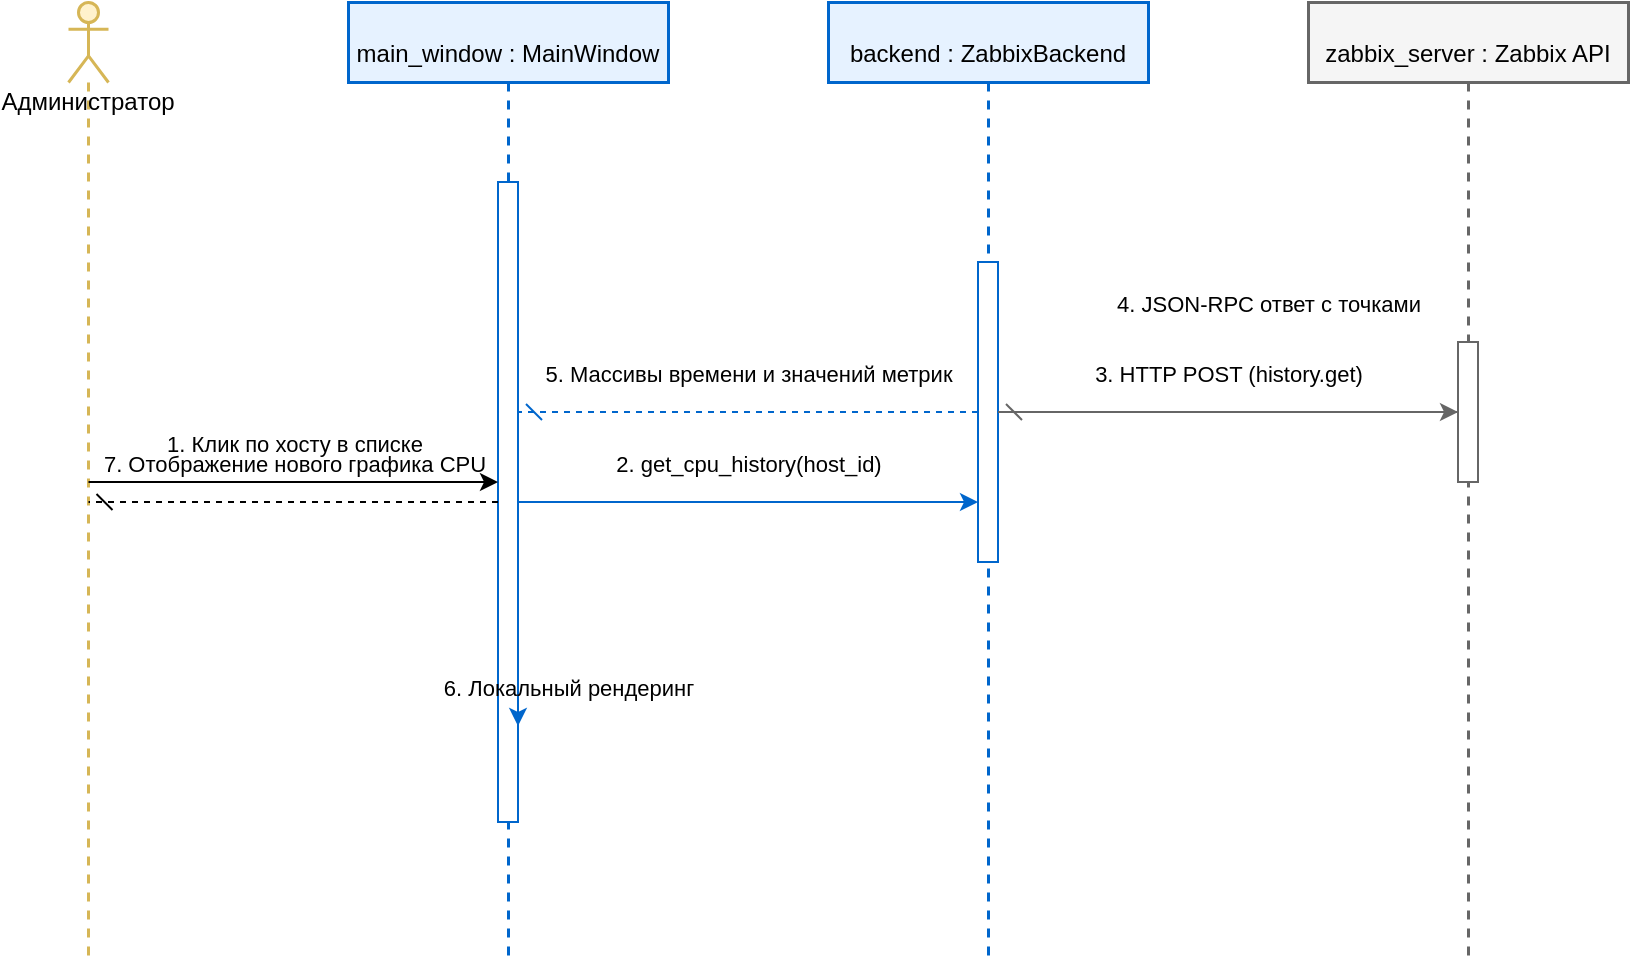
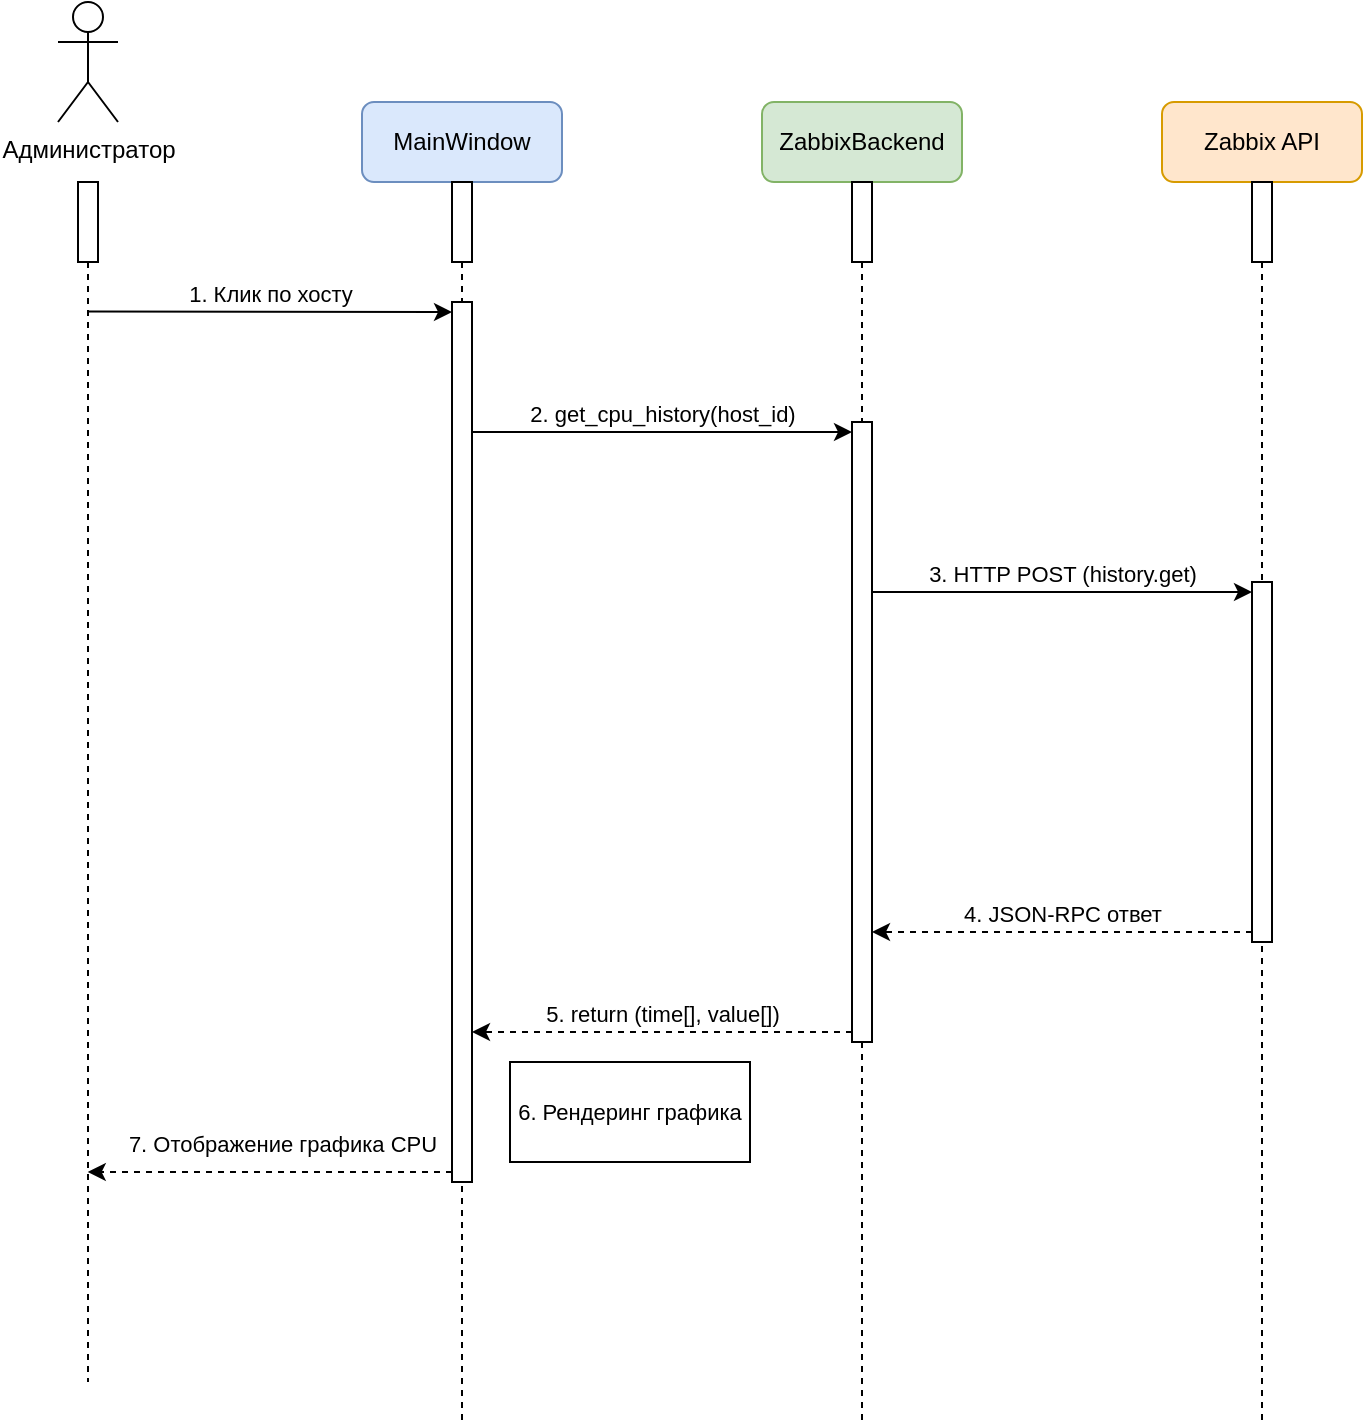
<mxfile host="app.diagrams.net">
-   <diagram id="excalRGQqLyokMRfeQJw" name="Диаграмма последовательности">
+   <diagram name="Диаграмма последовательности" id="b-zTIuz5MdBNS4GDxf-y">
    <mxGraphModel dx="2343" dy="1313" grid="1" gridSize="10" guides="1" tooltips="1" connect="1" arrows="1" fold="1" page="1" pageScale="1" pageWidth="827" pageHeight="1169" math="0" shadow="0">
      <root>
        <mxCell id="0" />
        <mxCell id="1" parent="0" />
-         <mxCell id="nHjHnhpBp_CfvuBjVPRU-119" parent="1" style="shape=umlLifeline;participant=umlActor;perimeter=lifelinePerimeter;whiteSpace=wrap;html=1;container=1;collapsible=0;recursiveResize=0;verticalAlign=top;spacingTop=36;outlineConnect=0;strokeWidth=1.5;fillColor=#FFF2CC;strokeColor=#D6B656;" value="Администратор" vertex="1">
-           <mxGeometry height="480" width="20" x="210" y="490" as="geometry" />
+         <mxCell id="cCdC8VL32gHtl3451Yp8-2" parent="1" style="shape=umlActor;verticalLabelPosition=bottom;verticalAlign=top;html=1;outlineConnect=0;fontSize=12;" value="Администратор" vertex="1">
+           <mxGeometry height="60" width="30" x="68" y="20" as="geometry" />
        </mxCell>
-         <mxCell id="nHjHnhpBp_CfvuBjVPRU-120" parent="1" style="shape=umlLifeline;perimeter=lifelinePerimeter;whiteSpace=wrap;html=1;container=1;collapsible=0;recursiveResize=0;verticalAlign=top;spacingTop=12;outlineConnect=0;strokeWidth=1.5;fillColor=#E6F2FF;strokeColor=#0066CC;" value="main_window : MainWindow" vertex="1">
-           <mxGeometry height="480" width="160" x="350" y="490" as="geometry" />
+         <mxCell id="cCdC8VL32gHtl3451Yp8-3" parent="1" style="shape=umlLifeline;perimeter=lifelinePerimeter;whiteSpace=wrap;html=1;fontSize=12;dashed=0;strokeWidth=1;" value="" vertex="1">
+           <mxGeometry height="600" width="10" x="78" y="110" as="geometry" />
        </mxCell>
-         <mxCell id="nHjHnhpBp_CfvuBjVPRU-121" parent="nHjHnhpBp_CfvuBjVPRU-120" style="html=1;points=[];perimeter=orthogonalPerimeter;fillColor=#FFFFFF;strokeColor=#0066CC;" value="" vertex="1">
-           <mxGeometry height="320" width="10" x="75" y="90" as="geometry" />
+         <mxCell id="cCdC8VL32gHtl3451Yp8-4" parent="1" style="rounded=1;whiteSpace=wrap;html=1;fontSize=12;fillColor=#dae8fc;strokeColor=#6c8ebf;" value="MainWindow" vertex="1">
+           <mxGeometry height="40" width="100" x="220" y="70" as="geometry" />
        </mxCell>
-         <mxCell id="nHjHnhpBp_CfvuBjVPRU-122" parent="1" style="shape=umlLifeline;perimeter=lifelinePerimeter;whiteSpace=wrap;html=1;container=1;collapsible=0;recursiveResize=0;verticalAlign=top;spacingTop=12;outlineConnect=0;strokeWidth=1.5;fillColor=#E6F2FF;strokeColor=#0066CC;" value="backend : ZabbixBackend" vertex="1">
-           <mxGeometry height="480" width="160" x="590" y="490" as="geometry" />
+         <mxCell id="cCdC8VL32gHtl3451Yp8-5" parent="1" style="shape=umlLifeline;perimeter=lifelinePerimeter;whiteSpace=wrap;html=1;fontSize=12;dashed=0;strokeWidth=1;" value="" vertex="1">
+           <mxGeometry height="620" width="10" x="265" y="110" as="geometry" />
        </mxCell>
-         <mxCell id="nHjHnhpBp_CfvuBjVPRU-123" parent="nHjHnhpBp_CfvuBjVPRU-122" style="html=1;points=[];perimeter=orthogonalPerimeter;fillColor=#FFFFFF;strokeColor=#0066CC;" value="" vertex="1">
-           <mxGeometry height="150" width="10" x="75" y="130" as="geometry" />
+         <mxCell id="cCdC8VL32gHtl3451Yp8-44" parent="cCdC8VL32gHtl3451Yp8-5" style="html=1;points=[[0,0,0,0,5],[0,1,0,0,-5],[1,0,0,0,5],[1,1,0,0,-5]];perimeter=orthogonalPerimeter;outlineConnect=0;targetShapes=umlLifeline;portConstraint=eastwest;newEdgeStyle={&quot;curved&quot;:0,&quot;rounded&quot;:0};" value="" vertex="1">
+           <mxGeometry height="440" width="10" y="60" as="geometry" />
        </mxCell>
-         <mxCell id="nHjHnhpBp_CfvuBjVPRU-124" parent="1" style="shape=umlLifeline;perimeter=lifelinePerimeter;whiteSpace=wrap;html=1;container=1;collapsible=0;recursiveResize=0;verticalAlign=top;spacingTop=12;outlineConnect=0;strokeWidth=1.5;fillColor=#F5F5F5;strokeColor=#666666;" value="zabbix_server : Zabbix API" vertex="1">
-           <mxGeometry height="480" width="160" x="830" y="490" as="geometry" />
+         <mxCell id="cCdC8VL32gHtl3451Yp8-6" parent="1" style="rounded=1;whiteSpace=wrap;html=1;fontSize=12;fillColor=#d5e8d4;strokeColor=#82b366;" value="ZabbixBackend" vertex="1">
+           <mxGeometry height="40" width="100" x="420" y="70" as="geometry" />
        </mxCell>
-         <mxCell id="nHjHnhpBp_CfvuBjVPRU-125" parent="nHjHnhpBp_CfvuBjVPRU-124" style="html=1;points=[];perimeter=orthogonalPerimeter;fillColor=#FFFFFF;strokeColor=#666666;" value="" vertex="1">
-           <mxGeometry height="70" width="10" x="75" y="170" as="geometry" />
+         <mxCell id="cCdC8VL32gHtl3451Yp8-7" parent="1" style="shape=umlLifeline;perimeter=lifelinePerimeter;whiteSpace=wrap;html=1;fontSize=12;dashed=0;strokeWidth=1;" value="" vertex="1">
+           <mxGeometry height="620" width="10" x="465" y="110" as="geometry" />
        </mxCell>
-         <mxCell id="nHjHnhpBp_CfvuBjVPRU-126" edge="1" parent="1" source="nHjHnhpBp_CfvuBjVPRU-119" style="endArrow=classic;html=1;verticalAlign=bottom;labelBackgroundColor=none;" target="nHjHnhpBp_CfvuBjVPRU-121" value="1. Клик по хосту в списке">
-           <mxGeometry relative="1" y="10" as="geometry">
-             <mxPoint as="offset" />
-             <mxPoint x="230" y="580" as="sourcePoint" />
-             <mxPoint x="420" y="580" as="targetPoint" />
+         <mxCell id="cCdC8VL32gHtl3451Yp8-45" parent="cCdC8VL32gHtl3451Yp8-7" style="html=1;points=[[0,0,0,0,5],[0,1,0,0,-5],[1,0,0,0,5],[1,1,0,0,-5]];perimeter=orthogonalPerimeter;outlineConnect=0;targetShapes=umlLifeline;portConstraint=eastwest;newEdgeStyle={&quot;curved&quot;:0,&quot;rounded&quot;:0};" value="" vertex="1">
+           <mxGeometry height="310" width="10" y="120" as="geometry" />
+         </mxCell>
+         <mxCell id="cCdC8VL32gHtl3451Yp8-8" parent="1" style="rounded=1;whiteSpace=wrap;html=1;fontSize=12;fillColor=#ffe6cc;strokeColor=#d79b00;" value="Zabbix API" vertex="1">
+           <mxGeometry height="40" width="100" x="620" y="70" as="geometry" />
+         </mxCell>
+         <mxCell id="cCdC8VL32gHtl3451Yp8-9" parent="1" style="shape=umlLifeline;perimeter=lifelinePerimeter;whiteSpace=wrap;html=1;fontSize=12;dashed=0;strokeWidth=1;" value="" vertex="1">
+           <mxGeometry height="620" width="10" x="665" y="110" as="geometry" />
+         </mxCell>
+         <mxCell id="cCdC8VL32gHtl3451Yp8-46" parent="cCdC8VL32gHtl3451Yp8-9" style="html=1;points=[[0,0,0,0,5],[0,1,0,0,-5],[1,0,0,0,5],[1,1,0,0,-5]];perimeter=orthogonalPerimeter;outlineConnect=0;targetShapes=umlLifeline;portConstraint=eastwest;newEdgeStyle={&quot;curved&quot;:0,&quot;rounded&quot;:0};" value="" vertex="1">
+           <mxGeometry height="180" width="10" y="200" as="geometry" />
+         </mxCell>
+         <mxCell id="cCdC8VL32gHtl3451Yp8-10" edge="1" parent="1" source="cCdC8VL32gHtl3451Yp8-3" style="html=1;verticalAlign=bottom;endArrow=classic;fontSize=11;exitX=0.54;exitY=0.108;exitDx=0;exitDy=0;exitPerimeter=0;entryX=0;entryY=0;entryDx=0;entryDy=5;entryPerimeter=0;" target="cCdC8VL32gHtl3451Yp8-44" value="1. Клик по хосту">
+           <mxGeometry height="30" relative="1" width="80" as="geometry">
+             <mxPoint x="93" y="180" as="sourcePoint" />
+             <mxPoint x="260" y="180" as="targetPoint" />
          </mxGeometry>
        </mxCell>
-         <mxCell id="nHjHnhpBp_CfvuBjVPRU-127" edge="1" parent="1" source="nHjHnhpBp_CfvuBjVPRU-121" style="endArrow=classic;html=1;verticalAlign=bottom;labelBackgroundColor=none;strokeColor=#0066CC;" target="nHjHnhpBp_CfvuBjVPRU-123" value="2. get_cpu_history(host_id)">
-           <mxGeometry relative="1" y="10" as="geometry">
-             <mxPoint as="offset" />
-             <mxPoint x="440" y="620" as="sourcePoint" />
-             <mxPoint x="650" y="620" as="targetPoint" />
+         <mxCell id="cCdC8VL32gHtl3451Yp8-11" edge="1" parent="1" source="cCdC8VL32gHtl3451Yp8-44" style="html=1;verticalAlign=bottom;endArrow=classic;fontSize=11;entryX=0;entryY=0;entryDx=0;entryDy=5;entryPerimeter=0;" target="cCdC8VL32gHtl3451Yp8-45" value="2. get_cpu_history(host_id)">
+           <mxGeometry height="30" relative="1" width="120" as="geometry">
+             <mxPoint x="280" y="250" as="sourcePoint" />
+             <mxPoint x="460" y="250" as="targetPoint" />
          </mxGeometry>
        </mxCell>
-         <mxCell id="nHjHnhpBp_CfvuBjVPRU-128" edge="1" parent="1" source="nHjHnhpBp_CfvuBjVPRU-123" style="endArrow=classic;html=1;verticalAlign=bottom;labelBackgroundColor=none;strokeColor=#666666;" target="nHjHnhpBp_CfvuBjVPRU-125" value="3. HTTP POST (history.get)">
-           <mxGeometry relative="1" y="10" as="geometry">
-             <mxPoint as="offset" />
-             <mxPoint x="680" y="660" as="sourcePoint" />
-             <mxPoint x="890" y="660" as="targetPoint" />
+         <mxCell id="cCdC8VL32gHtl3451Yp8-12" edge="1" parent="1" source="cCdC8VL32gHtl3451Yp8-45" style="html=1;verticalAlign=bottom;endArrow=classic;fontSize=11;entryX=0;entryY=0;entryDx=0;entryDy=5;entryPerimeter=0;" target="cCdC8VL32gHtl3451Yp8-46" value="3. HTTP POST (history.get)">
+           <mxGeometry height="30" relative="1" width="120" as="geometry">
+             <mxPoint x="480" y="320" as="sourcePoint" />
+             <mxPoint x="660" y="320" as="targetPoint" />
          </mxGeometry>
        </mxCell>
-         <mxCell id="nHjHnhpBp_CfvuBjVPRU-129" edge="1" parent="1" source="nHjHnhpBp_CfvuBjVPRU-125" style="endArrow=dash;html=1;verticalAlign=bottom;labelBackgroundColor=none;strokeColor=#666666;dashed=1;endFill=1;" target="nHjHnhpBp_CfvuBjVPRU-123" value="4. JSON-RPC ответ с точками">
-           <mxGeometry relative="1" x="-0.1739" y="-45" as="geometry">
-             <mxPoint as="offset" />
-             <mxPoint x="890" y="730" as="sourcePoint" />
-             <mxPoint x="680" y="730" as="targetPoint" />
+         <mxCell id="cCdC8VL32gHtl3451Yp8-13" edge="1" parent="1" source="cCdC8VL32gHtl3451Yp8-46" style="html=1;verticalAlign=bottom;endArrow=classic;fontSize=11;dashed=1;exitX=0;exitY=1;exitDx=0;exitDy=-5;exitPerimeter=0;" target="cCdC8VL32gHtl3451Yp8-45" value="4. JSON-RPC ответ">
+           <mxGeometry height="30" relative="1" width="120" as="geometry">
+             <mxPoint x="660" y="481" as="sourcePoint" />
+             <mxPoint x="480" y="480" as="targetPoint" />
          </mxGeometry>
        </mxCell>
-         <mxCell id="nHjHnhpBp_CfvuBjVPRU-130" edge="1" parent="1" source="nHjHnhpBp_CfvuBjVPRU-123" style="endArrow=dash;html=1;verticalAlign=bottom;labelBackgroundColor=none;strokeColor=#0066CC;dashed=1;endFill=1;" target="nHjHnhpBp_CfvuBjVPRU-121" value="5. Массивы времени и значений метрик">
-           <mxGeometry relative="1" y="-10" as="geometry">
+         <mxCell id="cCdC8VL32gHtl3451Yp8-14" edge="1" parent="1" source="cCdC8VL32gHtl3451Yp8-45" style="html=1;verticalAlign=bottom;endArrow=classic;fontSize=11;dashed=1;exitX=0;exitY=1;exitDx=0;exitDy=-5;exitPerimeter=0;" target="cCdC8VL32gHtl3451Yp8-44" value="5. return (time[], value[])">
+           <mxGeometry height="30" relative="1" width="120" x="-0.0014" as="geometry">
            <mxPoint as="offset" />
-             <mxPoint x="650" y="770" as="sourcePoint" />
-             <mxPoint x="440" y="770" as="targetPoint" />
+             <mxPoint x="467" y="480" as="sourcePoint" />
+             <mxPoint x="275" y="480" as="targetPoint" />
          </mxGeometry>
        </mxCell>
-         <mxCell id="nHjHnhpBp_CfvuBjVPRU-131" edge="1" parent="1" source="nHjHnhpBp_CfvuBjVPRU-121" style="endArrow=classic;html=1;verticalAlign=bottom;labelBackgroundColor=none;strokeColor=#0066CC;edgeStyle=orthogonalEdgeStyle;exitX=1;exitY=0.75;entryX=1;entryY=0.85;" target="nHjHnhpBp_CfvuBjVPRU-121" value="6. Локальный рендеринг">
-           <mxGeometry relative="1" x="0.3333" y="25" as="geometry">
+         <mxCell id="cCdC8VL32gHtl3451Yp8-16" edge="1" parent="1" source="cCdC8VL32gHtl3451Yp8-44" style="html=1;verticalAlign=bottom;endArrow=classic;fontSize=11;dashed=1;entryX=0.487;entryY=0.825;entryDx=0;entryDy=0;entryPerimeter=0;exitX=0;exitY=1;exitDx=0;exitDy=-5;exitPerimeter=0;" target="cCdC8VL32gHtl3451Yp8-3" value="7. Отображение графика CPU">
+           <mxGeometry height="30" relative="1" width="120" x="-0.0666" y="-5" as="geometry">
            <mxPoint as="offset" />
-             <mxPoint x="440" y="800" as="sourcePoint" />
-             <mxPoint x="460" y="830" as="targetPoint" />
+             <mxPoint x="260" y="600" as="sourcePoint" />
+             <mxPoint x="93" y="600" as="targetPoint" />
          </mxGeometry>
        </mxCell>
-         <mxCell id="nHjHnhpBp_CfvuBjVPRU-132" edge="1" parent="1" source="nHjHnhpBp_CfvuBjVPRU-121" style="endArrow=dash;html=1;verticalAlign=bottom;labelBackgroundColor=none;dashed=1;endFill=1;" target="nHjHnhpBp_CfvuBjVPRU-119" value="7. Отображение нового графика CPU">
-           <mxGeometry relative="1" y="-10" as="geometry">
-             <mxPoint as="offset" />
-             <mxPoint x="420" y="880" as="sourcePoint" />
-             <mxPoint x="230" y="880" as="targetPoint" />
-           </mxGeometry>
+         <mxCell id="cCdC8VL32gHtl3451Yp8-48" parent="1" style="html=1;whiteSpace=wrap;" value="&lt;span style=&quot;font-size: 11px; white-space: nowrap; background-color: rgb(255, 255, 255);&quot;&gt;6. Рендеринг графика&lt;/span&gt;" vertex="1">
+           <mxGeometry height="50" width="120" x="294" y="550" as="geometry" />
        </mxCell>
      </root>
    </mxGraphModel>
  </diagram>
</mxfile>
